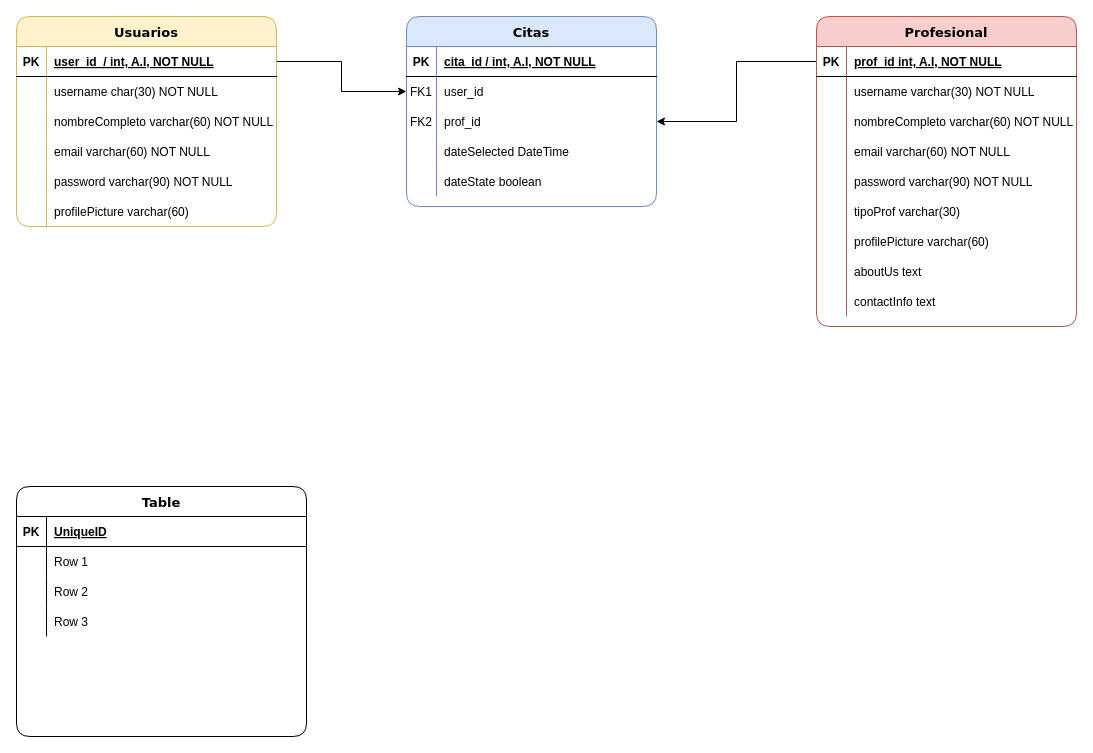
The draw.io diagram Untitled Diagram.drawio in Eat-Fit/ERM-DB, before the edit. Source tidied: cells renumbered, new cells numbered last; positions are measured from the earlier drawing's top-left corner, leaving out a move shared by most shapes. Both pictures are drawn from the tidied source at 100%, with x=0, y=0 at pixel (16, 16).
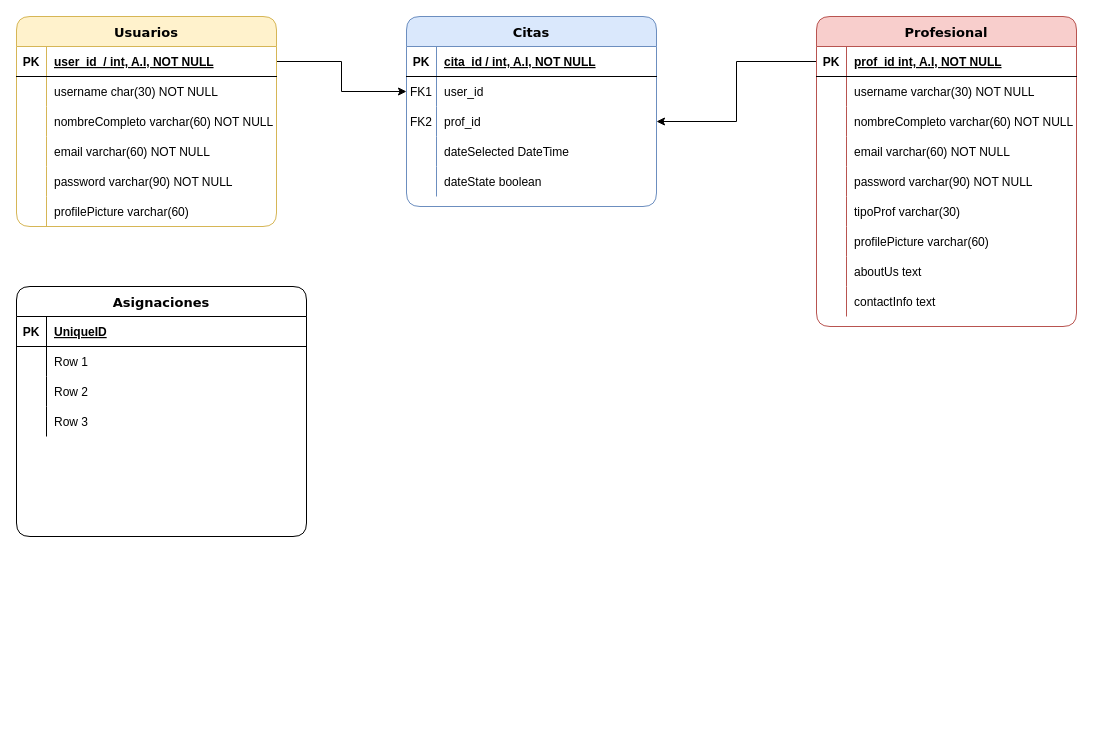
The same page after the edit.

Diff of the diagram source:
```diff
@@
-    <mxCell id="67" value="Table" style="shape=table;startSize=30;childLayout=tableLayout;rowLines=0;fontStyle=1;align=center;rounded=1;shadow=0;labelBackgroundColor=none;sketch=0;gradientColor=none;fontFamily=Verdana;fontSize=13;html=0;" parent="1" vertex="1">
-      <mxGeometry y="470" width="290" height="250" as="geometry" />
+    <mxCell id="67" value="Asignaciones" style="shape=table;startSize=30;childLayout=tableLayout;rowLines=0;fontStyle=1;align=center;rounded=1;shadow=0;labelBackgroundColor=none;sketch=0;gradientColor=none;fontFamily=Verdana;fontSize=13;html=0;" parent="1" vertex="1">
+      <mxGeometry y="270" width="290" height="250" as="geometry" />
     </mxCell>
```
